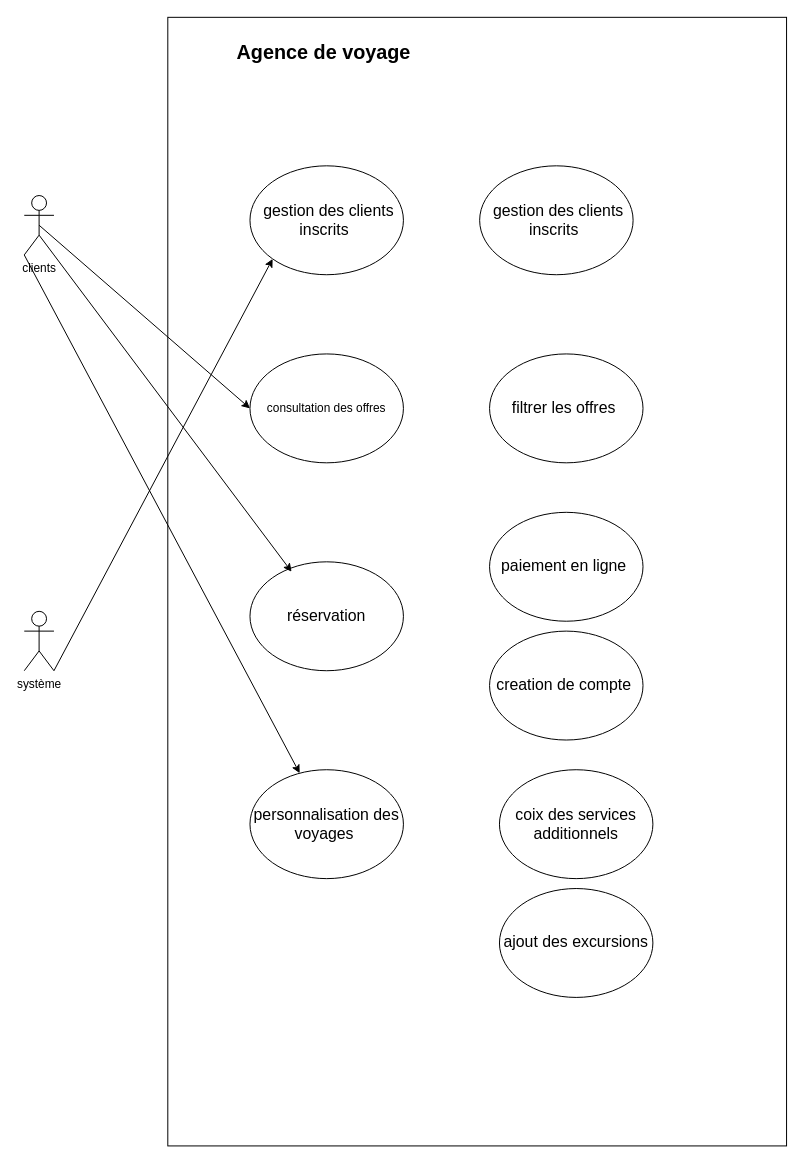
Before: UML-use-case.drawio in HananeOubaha/brief-7-agence-voyage, a draw.io diagram. Source tidied: cells renumbered, new cells numbered last; positions are measured from the earlier drawing's top-left corner, leaving out a move shared by most shapes. Both pictures are drawn from the tidied source at 99%, with x=0, y=0 at pixel (24, 17).
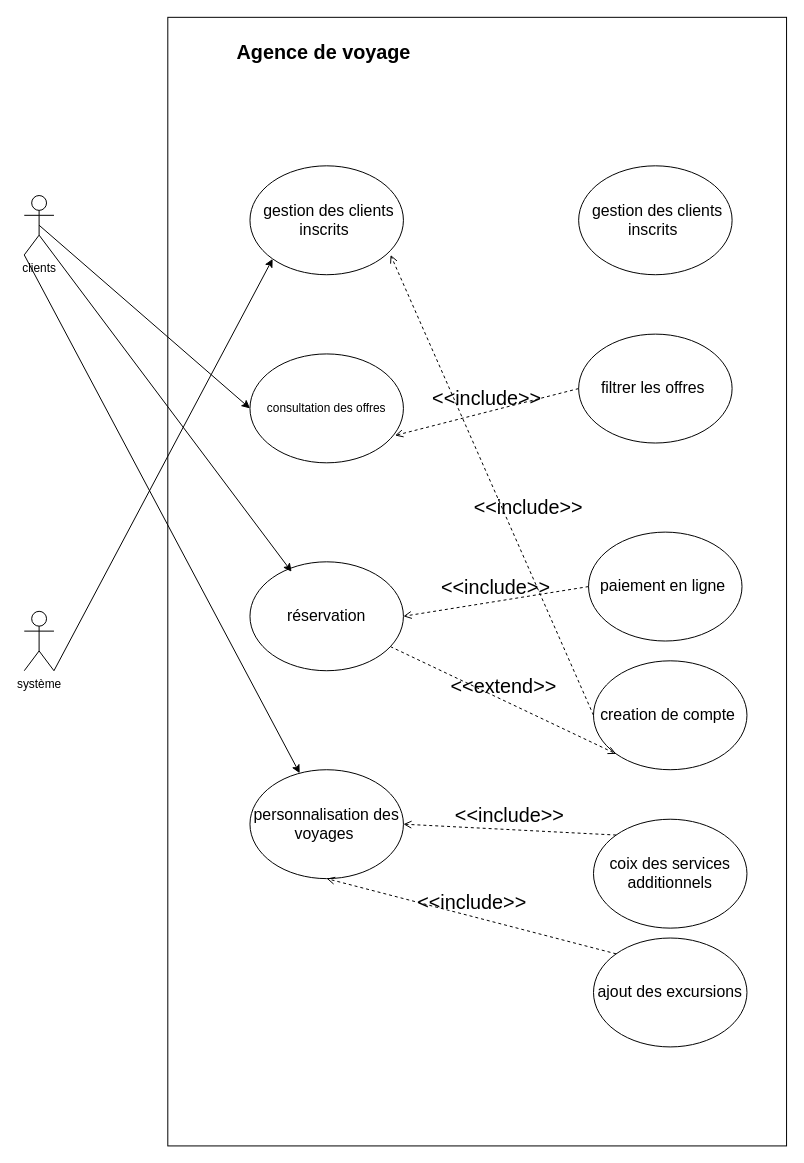
Above is the later version.

Commit message:
j'ai ajouté les relations d'extension et d'inclusion entre les taches secondaires et primaires

The change refers to these unchanged cells:
```xml
<mxCell id="7" value="&lt;br&gt;&lt;span lang=&quot;FR&quot;&gt;&amp;nbsp; &amp;nbsp;&lt;br&gt;consultation des offres &lt;/span&gt;&lt;br&gt;&lt;br&gt;&lt;br&gt;" style="ellipse;whiteSpace=wrap;html=1;" parent="1" vertex="1">
  <mxGeometry x="228" y="340" width="155" height="110" as="geometry" />
</mxCell>
<mxCell id="8" value="&lt;span style=&quot;font-size: 12pt; line-height: 115%; font-family: Aptos, sans-serif;&quot; lang=&quot;FR&quot;&gt;réservation&lt;/span&gt;" style="ellipse;whiteSpace=wrap;html=1;" parent="1" vertex="1">
  <mxGeometry x="228" y="550" width="155" height="110" as="geometry" />
</mxCell>
<mxCell id="9" value="&lt;span style=&quot;font-size: 12pt; line-height: 115%; font-family: Aptos, sans-serif;&quot; lang=&quot;FR&quot;&gt;personnalisation des voyages&amp;nbsp;&lt;/span&gt;" style="ellipse;whiteSpace=wrap;html=1;" parent="1" vertex="1">
  <mxGeometry x="228" y="760" width="155" height="110" as="geometry" />
</mxCell>
```

The edit, as a diff of the source:
```diff
@@
     <mxCell id="14" value="&lt;span style=&quot;font-size: 12pt; line-height: 115%; font-family: Aptos, sans-serif;&quot; lang=&quot;FR&quot;&gt;&amp;nbsp;gestion des clients inscrits&amp;nbsp;&lt;/span&gt;" style="ellipse;whiteSpace=wrap;html=1;" parent="1" vertex="1">
-      <mxGeometry x="460" y="150" width="155" height="110" as="geometry" />
+      <mxGeometry x="560" y="150" width="155" height="110" as="geometry" />
     </mxCell>
     <mxCell id="15" value="&lt;span style=&quot;font-size: 12pt; line-height: 115%; font-family: Aptos, sans-serif;&quot; lang=&quot;FR&quot;&gt;filtrer les offres&amp;nbsp;&lt;/span&gt;" style="ellipse;whiteSpace=wrap;html=1;" parent="1" vertex="1">
-      <mxGeometry x="470" y="340" width="155" height="110" as="geometry" />
+      <mxGeometry x="560" y="320" width="155" height="110" as="geometry" />
     </mxCell>
     <mxCell id="16" value="&lt;span style=&quot;font-size: 12pt; line-height: 115%; font-family: Aptos, sans-serif;&quot; lang=&quot;FR&quot;&gt;paiement en ligne&amp;nbsp;&lt;/span&gt;" style="ellipse;whiteSpace=wrap;html=1;" parent="1" vertex="1">
-      <mxGeometry x="470" y="500" width="155" height="110" as="geometry" />
+      <mxGeometry x="570" y="520" width="155" height="110" as="geometry" />
     </mxCell>
     <mxCell id="17" value="&lt;span style=&quot;font-size: 12pt; line-height: 115%; font-family: Aptos, sans-serif;&quot; lang=&quot;FR&quot;&gt;creation de compte&amp;nbsp;&lt;/span&gt;" style="ellipse;whiteSpace=wrap;html=1;" parent="1" vertex="1">
-      <mxGeometry x="470" y="620" width="155" height="110" as="geometry" />
+      <mxGeometry x="575" y="650" width="155" height="110" as="geometry" />
     </mxCell>
     <mxCell id="18" value="&lt;span style=&quot;font-size: 12pt; line-height: 115%; font-family: Aptos, sans-serif;&quot; lang=&quot;FR&quot;&gt;coix des services additionnels&lt;/span&gt;" style="ellipse;whiteSpace=wrap;html=1;" parent="1" vertex="1">
-      <mxGeometry x="480" y="760" width="155" height="110" as="geometry" />
+      <mxGeometry x="575" y="810" width="155" height="110" as="geometry" />
     </mxCell>
     <mxCell id="19" value="&lt;span style=&quot;font-size: 12pt; line-height: 115%; font-family: Aptos, sans-serif;&quot; lang=&quot;FR&quot;&gt;ajout des excursions&lt;/span&gt;" style="ellipse;whiteSpace=wrap;html=1;" parent="1" vertex="1">
-      <mxGeometry x="480" y="880" width="155" height="110" as="geometry" />
+      <mxGeometry x="575" y="930" width="155" height="110" as="geometry" />
     </mxCell>
+    <mxCell id="20" value="&amp;lt;&amp;lt;include&amp;gt;&amp;gt;" style="html=1;verticalAlign=bottom;labelBackgroundColor=none;endArrow=open;endFill=0;dashed=1;fontSize=20;entryX=0.945;entryY=0.749;entryDx=0;entryDy=0;exitX=0;exitY=0.5;exitDx=0;exitDy=0;entryPerimeter=0;" parent="1" edge="1" source="15" target="7">
+      <mxGeometry relative="1" as="geometry" />
+    </mxCell>
+    <mxCell id="21" value="&amp;lt;&amp;lt;include&amp;gt;&amp;gt;" style="html=1;verticalAlign=bottom;labelBackgroundColor=none;endArrow=open;endFill=0;dashed=1;fontSize=20;exitX=0;exitY=0.5;exitDx=0;exitDy=0;" parent="1" edge="1" source="17">
+      <mxGeometry x="-0.19" y="-19" relative="1" as="geometry">
+        <mxPoint x="370" y="240" as="targetPoint" />
+      </mxGeometry>
+    </mxCell>
+    <mxCell id="22" value="&amp;lt;&amp;lt;include&amp;gt;&amp;gt;" style="html=1;verticalAlign=bottom;labelBackgroundColor=none;endArrow=open;endFill=0;dashed=1;fontSize=20;entryX=1;entryY=0.5;entryDx=0;entryDy=0;exitX=0;exitY=0.5;exitDx=0;exitDy=0;" parent="1" edge="1" source="16" target="8">
+      <mxGeometry relative="1" as="geometry" />
+    </mxCell>
+    <mxCell id="23" value="&amp;lt;&amp;lt;include&amp;gt;&amp;gt;" style="html=1;verticalAlign=bottom;labelBackgroundColor=none;endArrow=open;endFill=0;dashed=1;fontSize=20;entryX=1;entryY=0.5;entryDx=0;entryDy=0;exitX=0;exitY=0;exitDx=0;exitDy=0;" parent="1" edge="1" source="18" target="9">
+      <mxGeometry relative="1" as="geometry" />
+    </mxCell>
+    <mxCell id="24" value="&amp;lt;&amp;lt;include&amp;gt;&amp;gt;" style="html=1;verticalAlign=bottom;labelBackgroundColor=none;endArrow=open;endFill=0;dashed=1;fontSize=20;entryX=0.5;entryY=1;entryDx=0;entryDy=0;exitX=0;exitY=0;exitDx=0;exitDy=0;" parent="1" edge="1" source="19" target="9">
+      <mxGeometry relative="1" as="geometry" />
+    </mxCell>
+    <mxCell id="25" value="&amp;lt;&amp;lt;extend&amp;gt;&amp;gt;" style="html=1;verticalAlign=bottom;labelBackgroundColor=none;endArrow=open;endFill=0;dashed=1;fontSize=20;entryX=0;entryY=1;entryDx=0;entryDy=0;" parent="1" edge="1" source="8" target="17">
+      <mxGeometry relative="1" as="geometry" />
+    </mxCell>
```
